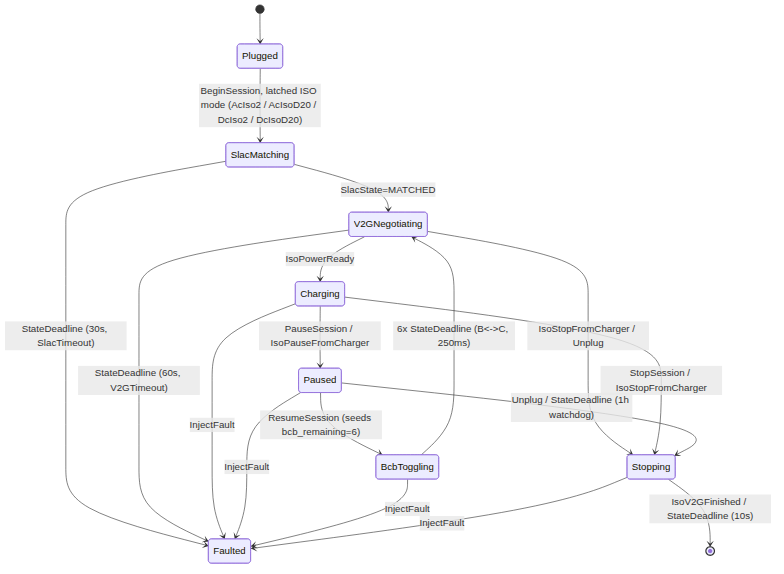
Above: modules/EV/EvSimulator/docs/images/state_machine_iso.png in EVerest/EVerest (Mermaid), before the change. Its source is kept beside it as modules/EV/EvSimulator/docs/images/state_machine_iso.mmd.
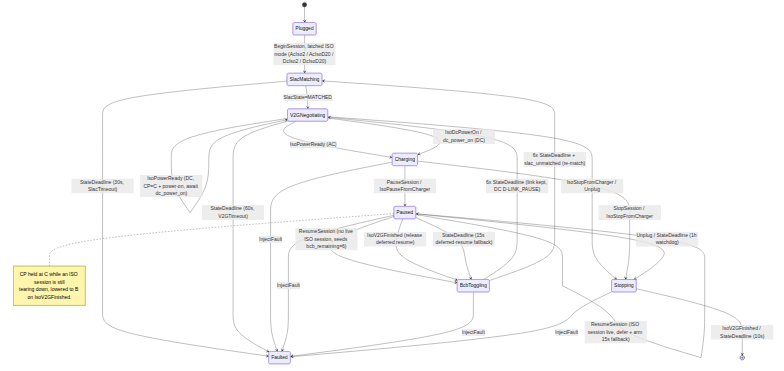
Above is the later version.

Commit message:
docs(evsim): sync index.rst + ISO diagram to code

Correct config defaults (comm-check 0, enabled_at_startup),
API field/topic notes, Paused CP-at-C + deferred-resume
behavior, AC SoC clamp and signatures. Add the pause/resume
gating section, the full C++ test inventory, and two Python
smokes. Regenerate the ISO state-machine diagram.

The edit, as a diff of the source:
```diff
@@ -8,7 +8,9 @@
     SlacMatching --> V2GNegotiating : SlacState=MATCHED
     SlacMatching --> Faulted : StateDeadline (30s, SlacTimeout)
 
-    V2GNegotiating --> Charging : IsoPowerReady
+    V2GNegotiating --> Charging : IsoPowerReady (AC)
+    V2GNegotiating --> Charging : IsoDcPowerOn / dc_power_on (DC)
+    V2GNegotiating --> V2GNegotiating : IsoPowerReady (DC, CP=C + power-on, await dc_power_on)
     V2GNegotiating --> Stopping : IsoStopFromCharger / Unplug
     V2GNegotiating --> Faulted : StateDeadline (60s, V2GTimeout)
 
@@ -16,12 +18,21 @@
     Charging --> Stopping : StopSession / IsoStopFromCharger
     Charging --> Faulted : InjectFault
 
-    Paused --> BcbToggling : ResumeSession (seeds bcb_remaining=6)
+    Paused --> BcbToggling : ResumeSession (no live ISO session, seeds bcb_remaining=6)
+    Paused --> Paused : ResumeSession (ISO session live, defer + arm 15s fallback)
+    Paused --> BcbToggling : IsoV2GFinished (release deferred resume)
+    Paused --> BcbToggling : StateDeadline (15s deferred-resume fallback)
     Paused --> Stopping : Unplug / StateDeadline (1h watchdog)
     Paused --> Faulted : InjectFault
 
-    BcbToggling --> V2GNegotiating : 6x StateDeadline (B<->C, 250ms)
+    BcbToggling --> V2GNegotiating : 6x StateDeadline (link kept, DC D-LINK_PAUSE)
+    BcbToggling --> SlacMatching : 6x StateDeadline + slac_unmatched (re-match)
     BcbToggling --> Faulted : InjectFault
 
     Stopping --> [*] : IsoV2GFinished / StateDeadline (10s)
     Stopping --> Faulted : InjectFault
+
+    note right of Paused
+        CP held at C while an ISO session is still
+        tearing down, lowered to B on IsoV2GFinished.
+    end note
```
